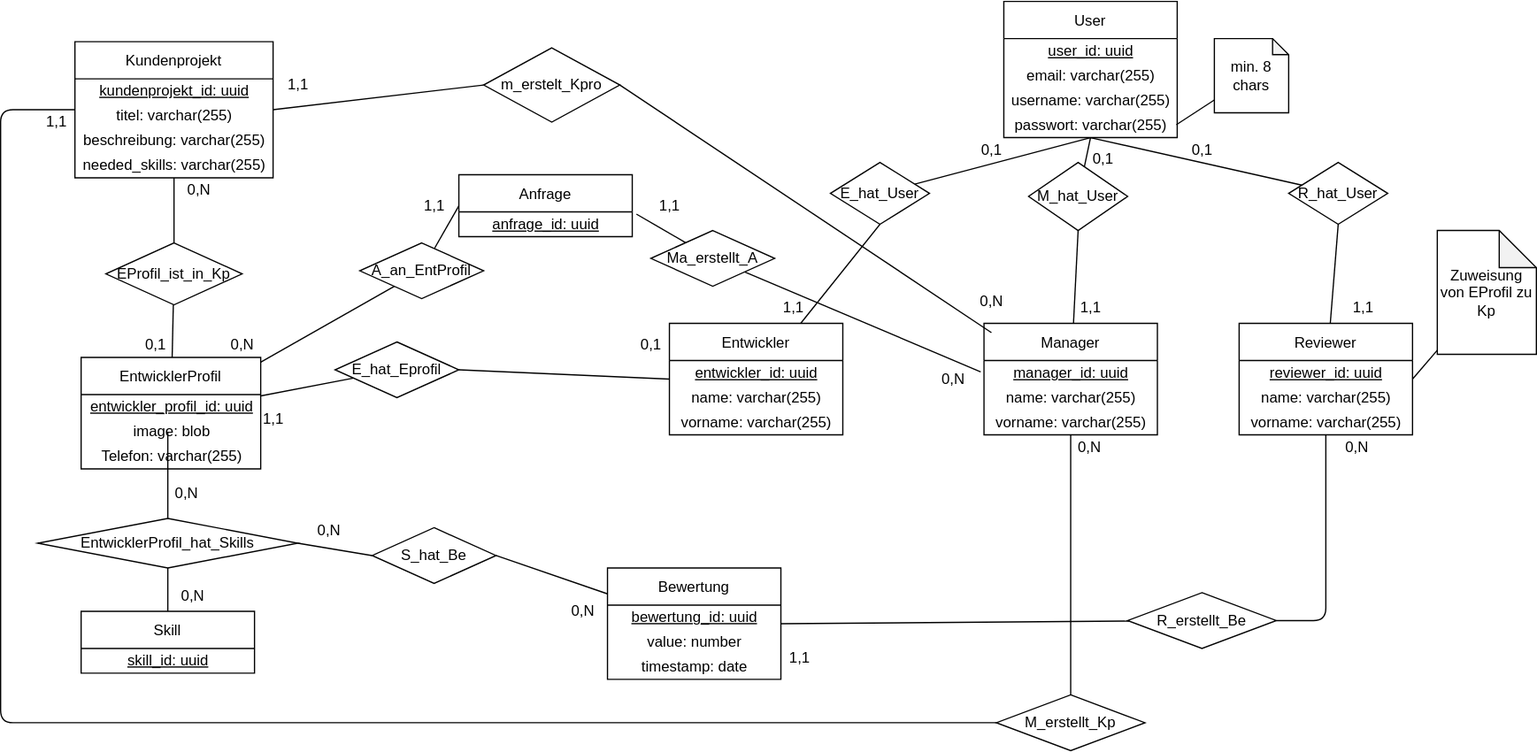
This is docs/diagram/ERDiagramm-Semantisch.svg from TomKeppeler/WRAM, a draw.io export, as it was before one commit. Source tidied: cells renumbered, new cells last; positions are measured from the earlier drawing's top-left corner, leaving out a move shared by most shapes.
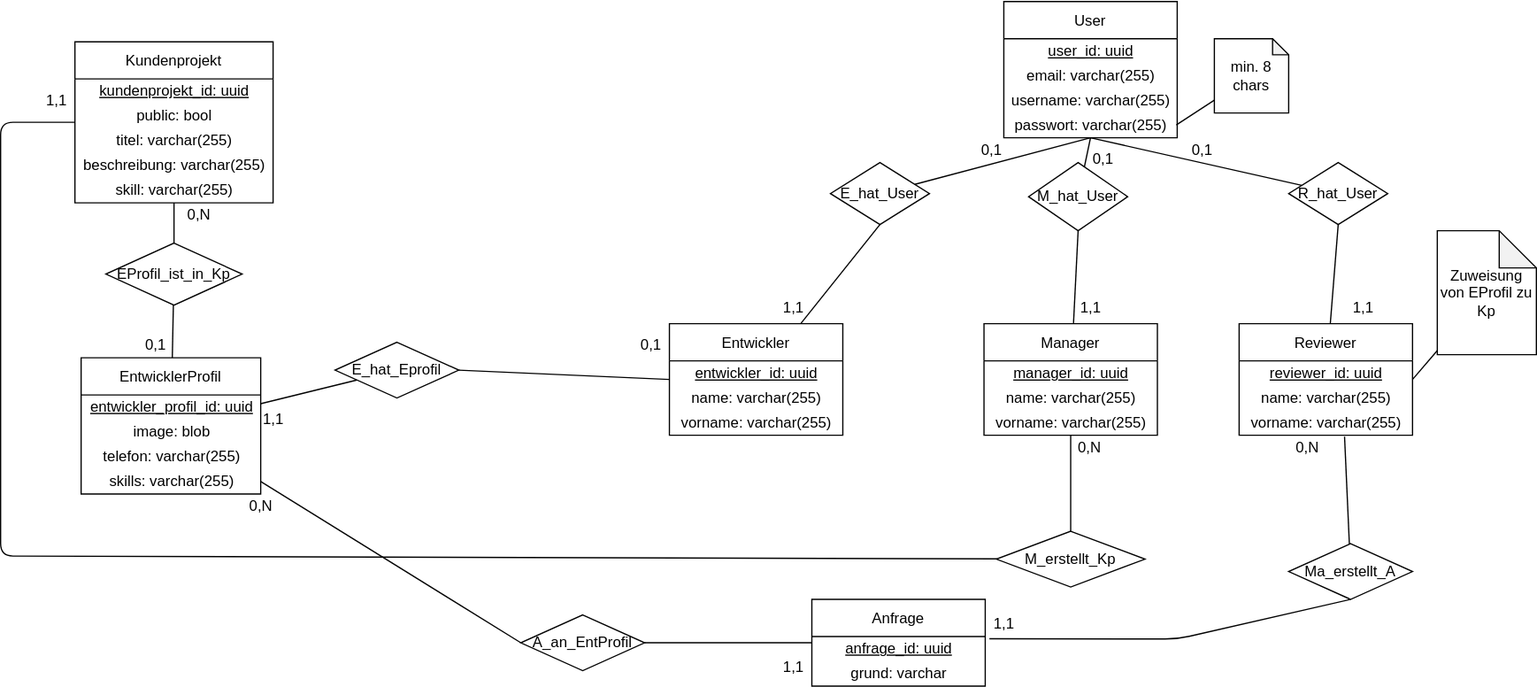
Above is the later version.

The edit, as a diff of the source:
```diff
@@ -3,20 +3,23 @@
     <mxCell id="0" />
     <mxCell id="1" parent="0" />
     <mxCell id="2" value="Kundenprojekt" style="swimlane;fontStyle=0;horizontal=1;startSize=30;" parent="1" vertex="1">
-      <mxGeometry x="60" y="33" width="160" height="110" as="geometry" />
+      <mxGeometry x="60" y="33" width="160" height="130" as="geometry" />
     </mxCell>
     <mxCell id="3" value="&lt;u&gt;kundenprojekt_id: uuid&lt;/u&gt;" style="text;html=1;align=center;verticalAlign=middle;strokeColor=none;fillColor=none;" parent="2" vertex="1">
       <mxGeometry y="30" width="160" height="20" as="geometry" />
     </mxCell>
+    <mxCell id="100" value="public: bool" style="text;html=1;align=center;verticalAlign=middle;strokeColor=none;fillColor=none;" parent="2" vertex="1">
+      <mxGeometry y="50" width="160" height="20" as="geometry" />
+    </mxCell>
     <mxCell id="4" value="titel: varchar(255)" style="text;html=1;align=center;verticalAlign=middle;points=[];strokeColor=none;fillColor=none;" parent="2" vertex="1">
-      <mxGeometry y="50" width="160" height="20" as="geometry" />
+      <mxGeometry y="70" width="160" height="20" as="geometry" />
     </mxCell>
     <mxCell id="5" value="beschreibung: varchar(255)" style="text;html=1;align=center;verticalAlign=middle;strokeColor=none;fillColor=none;" parent="2" vertex="1">
-      <mxGeometry y="70" width="160" height="20" as="geometry" />
+      <mxGeometry y="90" width="160" height="20" as="geometry" />
     </mxCell>
-    <mxCell id="6" value="needed_skills: varchar(255)" style="text;html=1;align=center;verticalAlign=middle;strokeColor=none;fillColor=none;" parent="2" vertex="1">
-      <mxGeometry y="90" width="160" height="20" as="geometry" />
-    </mxCell>
+    <mxCell id="101" value="skill: varchar(255)" style="text;html=1;align=center;verticalAlign=middle;strokeColor=none;fillColor=none;" parent="2" vertex="1">
+      <mxGeometry y="110" width="160" height="20" as="geometry" />
+    </mxCell>
     <mxCell id="7" style="edgeStyle=none;html=1;entryX=0.5;entryY=1;entryDx=0;entryDy=0;endArrow=none;endFill=0;" parent="1" edge="1" source="8" target="40">
       <mxGeometry relative="1" as="geometry" />
     </mxCell>
@@ -72,7 +75,7 @@
       <mxGeometry relative="1" as="geometry" />
     </mxCell>
     <mxCell id="25" value="EntwicklerProfil" style="swimlane;fontStyle=0;horizontal=1;startSize=30;" parent="1" vertex="1">
-      <mxGeometry x="65" y="288" width="145" height="90" as="geometry" />
+      <mxGeometry x="65" y="288" width="145" height="110" as="geometry" />
     </mxCell>
     <mxCell id="26" value="&lt;u&gt;entwickler_profil_id: uuid&lt;/u&gt;" style="text;html=1;align=center;verticalAlign=middle;strokeColor=none;fillColor=none;" parent="25" vertex="1">
       <mxGeometry y="30" width="145" height="20" as="geometry" />
@@ -80,29 +83,12 @@
     <mxCell id="27" value="image: blob" style="text;html=1;align=center;verticalAlign=middle;strokeColor=none;fillColor=none;" parent="25" vertex="1">
       <mxGeometry y="50" width="145" height="20" as="geometry" />
     </mxCell>
-    <mxCell id="28" value="Telefon: varchar(255)" style="text;html=1;align=center;verticalAlign=middle;strokeColor=none;fillColor=none;" parent="25" vertex="1">
+    <mxCell id="28" value="telefon: varchar(255)" style="text;html=1;align=center;verticalAlign=middle;strokeColor=none;fillColor=none;" parent="25" vertex="1">
       <mxGeometry y="70" width="145" height="20" as="geometry" />
     </mxCell>
-    <mxCell id="29" style="edgeStyle=none;html=1;entryX=0;entryY=0.5;entryDx=0;entryDy=0;endArrow=none;endFill=0;exitX=1;exitY=0.5;exitDx=0;exitDy=0;" parent="1" edge="1" source="62" target="68">
-      <mxGeometry relative="1" as="geometry" />
-    </mxCell>
-    <mxCell id="30" value="Skill" style="swimlane;fontStyle=0;horizontal=1;startSize=30;" parent="1" vertex="1">
-      <mxGeometry x="65" y="493" width="140" height="50" as="geometry" />
-    </mxCell>
-    <mxCell id="31" value="&lt;u&gt;skill_id: uuid&lt;/u&gt;" style="text;html=1;align=center;verticalAlign=middle;strokeColor=none;fillColor=none;" parent="30" vertex="1">
-      <mxGeometry y="30" width="140" height="20" as="geometry" />
-    </mxCell>
-    <mxCell id="32" style="edgeStyle=none;html=1;endArrow=none;endFill=0;exitX=0.5;exitY=0;exitDx=0;exitDy=0;" parent="1" edge="1" source="62">
-      <mxGeometry relative="1" as="geometry">
-        <mxPoint x="135" y="348" as="targetPoint" />
-      </mxGeometry>
-    </mxCell>
-    <mxCell id="33" style="edgeStyle=none;html=1;entryX=0.5;entryY=0;entryDx=0;entryDy=0;endArrow=none;endFill=0;startArrow=none;" parent="1" edge="1" source="62" target="30">
-      <mxGeometry relative="1" as="geometry" />
-    </mxCell>
-    <mxCell id="34" value="0,N" style="text;html=1;align=center;verticalAlign=middle;strokeColor=none;fillColor=none;" parent="1" vertex="1">
-      <mxGeometry x="140" y="470.5" width="30" height="20" as="geometry" />
-    </mxCell>
+    <mxCell id="102" value="skills: varchar(255)" style="text;html=1;align=center;verticalAlign=middle;strokeColor=none;fillColor=none;" parent="25" vertex="1">
+      <mxGeometry y="90" width="145" height="20" as="geometry" />
+    </mxCell>
     <mxCell id="35" style="edgeStyle=none;html=1;entryX=0;entryY=0.5;entryDx=0;entryDy=0;endArrow=none;endFill=0;exitX=1;exitY=0.5;exitDx=0;exitDy=0;" parent="1" edge="1" source="36" target="8">
       <mxGeometry relative="1" as="geometry" />
     </mxCell>
@@ -140,7 +126,7 @@
       <mxGeometry x="85" y="195.5" width="110" height="50" as="geometry" />
     </mxCell>
     <mxCell id="47" value="0,N" style="text;html=1;align=center;verticalAlign=middle;strokeColor=none;fillColor=none;" parent="1" vertex="1">
-      <mxGeometry x="145" y="143" width="30" height="20" as="geometry" />
+      <mxGeometry x="145" y="163" width="30" height="20" as="geometry" />
     </mxCell>
     <mxCell id="48" value="0,1" style="text;html=1;align=center;verticalAlign=middle;strokeColor=none;fillColor=none;" parent="1" vertex="1">
       <mxGeometry x="105" y="263" width="40" height="30" as="geometry" />
@@ -163,19 +149,19 @@
     <mxCell id="54" style="edgeStyle=none;html=1;endArrow=none;endFill=0;entryX=0;entryY=0.5;entryDx=0;entryDy=0;" parent="1" edge="1" source="55" target="2">
       <mxGeometry relative="1" as="geometry">
         <Array as="points">
-          <mxPoint y="583" />
-          <mxPoint y="88" />
+          <mxPoint y="448" />
+          <mxPoint y="98" />
         </Array>
       </mxGeometry>
     </mxCell>
     <mxCell id="55" value="M_erstellt_Kp" style="rhombus;whiteSpace=wrap;html=1;fontStyle=0;startSize=30;" parent="1" vertex="1">
-      <mxGeometry x="804" y="560.5" width="120" height="45" as="geometry" />
+      <mxGeometry x="804" y="428" width="120" height="45" as="geometry" />
     </mxCell>
     <mxCell id="56" value="0,N" style="text;html=1;align=center;verticalAlign=middle;strokeColor=none;fillColor=none;" parent="1" vertex="1">
       <mxGeometry x="864" y="350.5" width="30" height="20" as="geometry" />
     </mxCell>
     <mxCell id="57" value="1,1" style="text;html=1;align=center;verticalAlign=middle;strokeColor=none;fillColor=none;" parent="1" vertex="1">
-      <mxGeometry x="30" y="88" width="30" height="20" as="geometry" />
+      <mxGeometry x="30" y="70.5" width="30" height="20" as="geometry" />
     </mxCell>
     <mxCell id="58" style="edgeStyle=none;html=1;entryX=1;entryY=0.5;entryDx=0;entryDy=0;endArrow=none;endFill=0;" parent="1" edge="1" source="59" target="19">
       <mxGeometry relative="1" as="geometry" />
@@ -189,91 +175,52 @@
     <mxCell id="61" value="min. 8 chars" style="shape=note;whiteSpace=wrap;html=1;backgroundOutline=1;darkOpacity=0.05;size=13;" parent="1" vertex="1">
       <mxGeometry x="980" y="30.5" width="60" height="60" as="geometry" />
     </mxCell>
-    <mxCell id="62" value="EntwicklerProfil_hat_Skills" style="rhombus;whiteSpace=wrap;html=1;" parent="1" vertex="1">
-      <mxGeometry x="30" y="418" width="210" height="40" as="geometry" />
-    </mxCell>
-    <mxCell id="63" style="edgeStyle=none;html=1;entryX=1;entryY=0.5;entryDx=0;entryDy=0;endArrow=none;endFill=0;" parent="1" edge="1" source="64" target="68">
-      <mxGeometry relative="1" as="geometry" />
-    </mxCell>
-    <mxCell id="64" value="Bewertung" style="swimlane;fontStyle=0;horizontal=1;startSize=30;" parent="1" vertex="1">
-      <mxGeometry x="490" y="458" width="140" height="90" as="geometry" />
-    </mxCell>
-    <mxCell id="65" value="&lt;u&gt;bewertung_id: uuid&lt;/u&gt;" style="text;html=1;align=center;verticalAlign=middle;strokeColor=none;fillColor=none;" parent="64" vertex="1">
-      <mxGeometry y="30" width="140" height="20" as="geometry" />
-    </mxCell>
-    <mxCell id="66" value="value: number" style="text;html=1;align=center;verticalAlign=middle;strokeColor=none;fillColor=none;" parent="64" vertex="1">
-      <mxGeometry y="50" width="140" height="20" as="geometry" />
-    </mxCell>
-    <mxCell id="67" value="timestamp: date" style="text;html=1;align=center;verticalAlign=middle;strokeColor=none;fillColor=none;" parent="64" vertex="1">
-      <mxGeometry y="70" width="140" height="20" as="geometry" />
-    </mxCell>
-    <mxCell id="68" value="S_hat_Be" style="rhombus;whiteSpace=wrap;html=1;fontStyle=0;startSize=30;" parent="1" vertex="1">
-      <mxGeometry x="300" y="425.5" width="100" height="45" as="geometry" />
-    </mxCell>
-    <mxCell id="69" value="0,N" style="text;html=1;align=center;verticalAlign=middle;strokeColor=none;fillColor=none;" parent="1" vertex="1">
-      <mxGeometry x="250" y="418" width="30" height="20" as="geometry" />
-    </mxCell>
-    <mxCell id="70" value="&lt;div&gt;0,N&lt;/div&gt;" style="text;html=1;align=center;verticalAlign=middle;strokeColor=none;fillColor=none;" parent="1" vertex="1">
-      <mxGeometry x="450" y="478" width="40" height="30" as="geometry" />
-    </mxCell>
-    <mxCell id="71" style="edgeStyle=none;html=1;entryX=1;entryY=0.5;entryDx=0;entryDy=0;endArrow=none;endFill=0;" parent="1" edge="1" source="72" target="64">
-      <mxGeometry relative="1" as="geometry" />
-    </mxCell>
-    <mxCell id="72" value="R_erstellt_Be" style="rhombus;whiteSpace=wrap;html=1;fontStyle=0;startSize=30;" parent="1" vertex="1">
-      <mxGeometry x="910" y="478" width="120" height="45" as="geometry" />
-    </mxCell>
-    <mxCell id="73" style="edgeStyle=none;html=1;entryX=1;entryY=0.5;entryDx=0;entryDy=0;endArrow=none;endFill=0;" parent="1" edge="1" source="22" target="72">
-      <mxGeometry relative="1" as="geometry">
-        <Array as="points">
-          <mxPoint x="1070" y="500.5" />
-        </Array>
-      </mxGeometry>
-    </mxCell>
-    <mxCell id="74" value="0,N" style="text;html=1;align=center;verticalAlign=middle;strokeColor=none;fillColor=none;" parent="1" vertex="1">
-      <mxGeometry x="1080" y="350.5" width="30" height="20" as="geometry" />
-    </mxCell>
     <mxCell id="75" value="Anfrage" style="swimlane;fontStyle=0;horizontal=1;startSize=30;" parent="1" vertex="1">
-      <mxGeometry x="370" y="140.5" width="140" height="50" as="geometry" />
+      <mxGeometry x="655" y="483" width="140" height="70" as="geometry" />
     </mxCell>
     <mxCell id="76" value="&lt;u&gt;anfrage_id: uuid&lt;/u&gt;" style="text;html=1;align=center;verticalAlign=middle;points=[];strokeColor=none;fillColor=none;" parent="75" vertex="1">
       <mxGeometry y="30" width="140" height="20" as="geometry" />
     </mxCell>
+    <mxCell id="103" value="grund: varchar" style="text;html=1;align=center;verticalAlign=middle;strokeColor=none;fillColor=none;" parent="75" vertex="1">
+      <mxGeometry y="50" width="140" height="20" as="geometry" />
+    </mxCell>
-    <mxCell id="77" style="edgeStyle=none;html=1;entryX=-0.019;entryY=0.457;entryDx=0;entryDy=0;endArrow=none;endFill=0;entryPerimeter=0;" parent="1" edge="1" source="79" target="15">
+    <mxCell id="77" style="edgeStyle=none;html=1;entryX=0.608;entryY=1.058;entryDx=0;entryDy=0;endArrow=none;endFill=0;entryPerimeter=0;" parent="1" edge="1" source="79" target="22">
       <mxGeometry relative="1" as="geometry" />
     </mxCell>
-    <mxCell id="78" style="edgeStyle=none;html=1;entryX=1.024;entryY=0.088;entryDx=0;entryDy=0;endArrow=none;endFill=0;entryPerimeter=0;" parent="1" edge="1" source="79" target="76">
-      <mxGeometry relative="1" as="geometry" />
+    <mxCell id="78" style="edgeStyle=none;html=1;entryX=1.024;entryY=0.088;entryDx=0;entryDy=0;endArrow=none;endFill=0;entryPerimeter=0;exitX=0.5;exitY=1;exitDx=0;exitDy=0;" parent="1" edge="1" source="79" target="76">
+      <mxGeometry relative="1" as="geometry">
+        <Array as="points">
+          <mxPoint x="950" y="515" />
+        </Array>
+      </mxGeometry>
     </mxCell>
     <mxCell id="79" value="Ma_erstellt_A" style="rhombus;whiteSpace=wrap;html=1;fontStyle=0;startSize=30;" parent="1" vertex="1">
-      <mxGeometry x="525" y="185.5" width="100" height="45" as="geometry" />
+      <mxGeometry x="1040" y="438" width="100" height="45" as="geometry" />
     </mxCell>
     <mxCell id="80" value="0,N" style="text;html=1;align=center;verticalAlign=middle;strokeColor=none;fillColor=none;" parent="1" vertex="1">
-      <mxGeometry x="754" y="295.5" width="30" height="20" as="geometry" />
+      <mxGeometry x="1040" y="350.5" width="30" height="20" as="geometry" />
     </mxCell>
     <mxCell id="81" style="edgeStyle=none;html=1;entryX=0;entryY=0.5;entryDx=0;entryDy=0;endArrow=none;endFill=0;" parent="1" edge="1" source="83" target="75">
       <mxGeometry relative="1" as="geometry" />
     </mxCell>
-    <mxCell id="82" style="edgeStyle=none;html=1;endArrow=none;endFill=0;" parent="1" edge="1" source="83" target="25">
+    <mxCell id="82" style="edgeStyle=none;html=1;endArrow=none;endFill=0;exitX=0;exitY=0.5;exitDx=0;exitDy=0;" parent="1" edge="1" source="83" target="25">
       <mxGeometry relative="1" as="geometry" />
     </mxCell>
     <mxCell id="83" value="A_an_EntProfil" style="rhombus;whiteSpace=wrap;html=1;fontStyle=0;startSize=30;" parent="1" vertex="1">
-      <mxGeometry x="290" y="195.5" width="100" height="45" as="geometry" />
+      <mxGeometry x="420" y="495.5" width="100" height="45" as="geometry" />
     </mxCell>
     <mxCell id="84" value="0,N" style="text;html=1;align=center;verticalAlign=middle;strokeColor=none;fillColor=none;" parent="1" vertex="1">
-      <mxGeometry x="180" y="268" width="30" height="20" as="geometry" />
+      <mxGeometry x="195" y="398" width="30" height="20" as="geometry" />
     </mxCell>
     <mxCell id="85" value="1,1" style="text;html=1;align=center;verticalAlign=middle;strokeColor=none;fillColor=none;" parent="1" vertex="1">
-      <mxGeometry x="335" y="155.5" width="30" height="20" as="geometry" />
+      <mxGeometry x="625" y="528" width="30" height="20" as="geometry" />
     </mxCell>
     <mxCell id="86" value="1,1" style="text;html=1;align=center;verticalAlign=middle;strokeColor=none;fillColor=none;" parent="1" vertex="1">
-      <mxGeometry x="525" y="155.5" width="30" height="20" as="geometry" />
+      <mxGeometry x="795" y="493" width="30" height="20" as="geometry" />
     </mxCell>
     <mxCell id="87" value="0,1" style="text;html=1;align=center;verticalAlign=middle;strokeColor=none;fillColor=none;" parent="1" vertex="1">
       <mxGeometry x="875" y="118" width="30" height="20" as="geometry" />
     </mxCell>
-    <mxCell id="88" value="0,N" style="text;html=1;align=center;verticalAlign=middle;strokeColor=none;fillColor=none;" parent="1" vertex="1">
-      <mxGeometry x="135" y="388" width="30" height="20" as="geometry" />
-    </mxCell>
     <mxCell id="89" value="1,1" style="text;html=1;align=center;verticalAlign=middle;strokeColor=none;fillColor=none;" parent="1" vertex="1">
       <mxGeometry x="865" y="238" width="30" height="20" as="geometry" />
     </mxCell>
@@ -289,23 +236,5 @@
     <mxCell id="93" value="&lt;div&gt;0,1&lt;/div&gt;" style="text;html=1;align=center;verticalAlign=middle;strokeColor=none;fillColor=none;" parent="1" vertex="1">
       <mxGeometry x="950" y="105.5" width="40" height="30" as="geometry" />
     </mxCell>
-    <mxCell id="94" value="1,1" style="text;html=1;align=center;verticalAlign=middle;strokeColor=none;fillColor=none;" parent="1" vertex="1">
-      <mxGeometry x="630" y="520.5" width="30" height="20" as="geometry" />
-    </mxCell>
-    <mxCell id="95" style="edgeStyle=none;html=1;endArrow=none;endFill=0;exitX=1;exitY=0.5;exitDx=0;exitDy=0;entryX=0.043;entryY=0.083;entryDx=0;entryDy=0;entryPerimeter=0;" parent="1" edge="1" source="96" target="14">
-      <mxGeometry relative="1" as="geometry" />
-    </mxCell>
-    <mxCell id="96" value="m_erstelt_Kpro" style="rhombus;whiteSpace=wrap;html=1;" parent="1" vertex="1">
-      <mxGeometry x="390" y="38" width="110" height="60" as="geometry" />
-    </mxCell>
-    <mxCell id="97" style="edgeStyle=none;html=1;endArrow=none;endFill=0;exitX=1;exitY=0.25;exitDx=0;exitDy=0;exitPerimeter=0;entryX=0;entryY=0.5;entryDx=0;entryDy=0;" parent="1" edge="1" source="4" target="96">
-      <mxGeometry relative="1" as="geometry" />
-    </mxCell>
-    <mxCell id="98" value="0,N" style="text;html=1;align=center;verticalAlign=middle;strokeColor=none;fillColor=none;" parent="1" vertex="1">
-      <mxGeometry x="780" y="228" width="40" height="30" as="geometry" />
-    </mxCell>
-    <mxCell id="99" value="1,1" style="text;html=1;align=center;verticalAlign=middle;strokeColor=none;fillColor=none;" parent="1" vertex="1">
-      <mxGeometry x="220" y="53" width="40" height="30" as="geometry" />
-    </mxCell>
   </root>
 </mxGraphModel>
```
